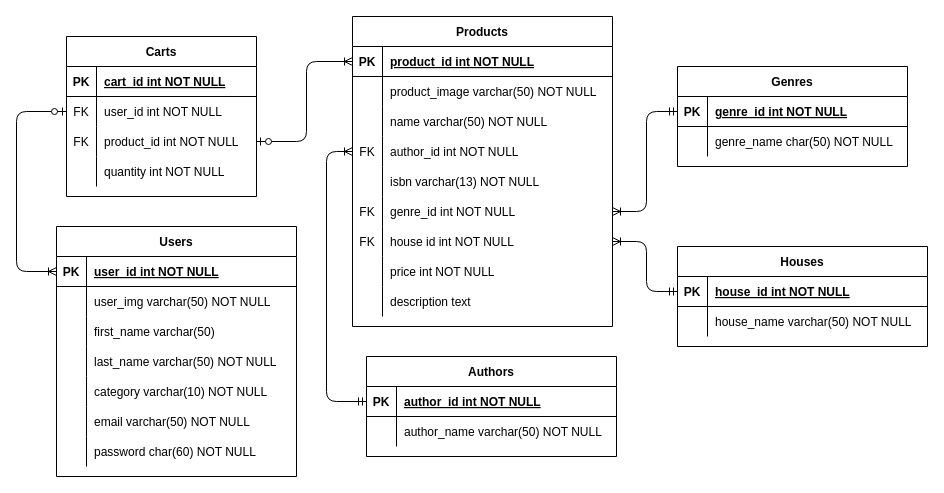
Before: LstandsEntityDiagram.drawio in mariadelrosario98/grupo_7_LSTANDSFORLIBROS, a draw.io diagram. Source tidied: cells renumbered, new cells numbered last; positions are measured from the earlier drawing's top-left corner, leaving out a move shared by most shapes. Both pictures are drawn from the tidied source at 100%, with x=0, y=0 at pixel (-14, 16).
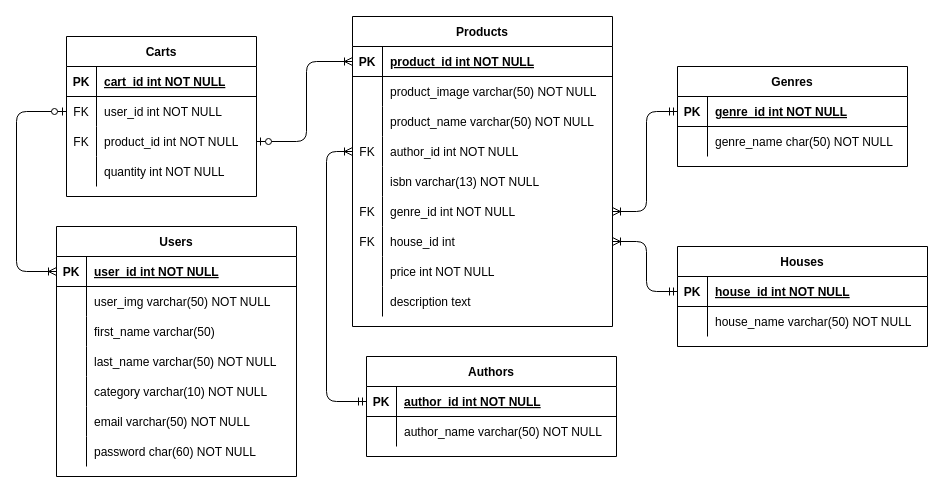
The same page after the edit.

The change refers to these unchanged cells:
```xml
<mxCell id="45" style="shape=tableRow;horizontal=0;startSize=0;swimlaneHead=0;swimlaneBody=0;fillColor=none;top=0;left=0;right=0;bottom=0;" parent="38" vertex="1">
  <mxGeometry y="90" width="260" height="30" as="geometry" />
</mxCell>
<mxCell id="57" style="shape=tableRow;horizontal=0;startSize=0;swimlaneHead=0;swimlaneBody=0;fillColor=none;points=[[0,0.5],[1,0.5]];portConstraint=eastwest;top=0;left=0;right=0;bottom=0;" parent="38" vertex="1">
  <mxGeometry y="210" width="260" height="30" as="geometry" />
</mxCell>
```

Change to the diagram source:
```diff
@@
-    <mxCell id="47" value="name varchar(50) NOT NULL" style="shape=partialRectangle;overflow=hidden;fillColor=none;align=left;top=0;left=0;bottom=0;right=0;spacingLeft=6;" parent="45" vertex="1">
+    <mxCell id="47" value="product_name varchar(50) NOT NULL" style="shape=partialRectangle;overflow=hidden;fillColor=none;align=left;top=0;left=0;bottom=0;right=0;spacingLeft=6;" parent="45" vertex="1">
       <mxGeometry x="30" width="230" height="30" as="geometry" />
     </mxCell>
@@
-    <mxCell id="59" value="house id int NOT NULL" style="shape=partialRectangle;overflow=hidden;fillColor=none;align=left;top=0;left=0;bottom=0;right=0;spacingLeft=6;" parent="57" vertex="1">
+    <mxCell id="59" value="house_id int" style="shape=partialRectangle;overflow=hidden;fillColor=none;align=left;top=0;left=0;bottom=0;right=0;spacingLeft=6;" parent="57" vertex="1">
       <mxGeometry x="30" width="230" height="30" as="geometry" />
     </mxCell>
```
